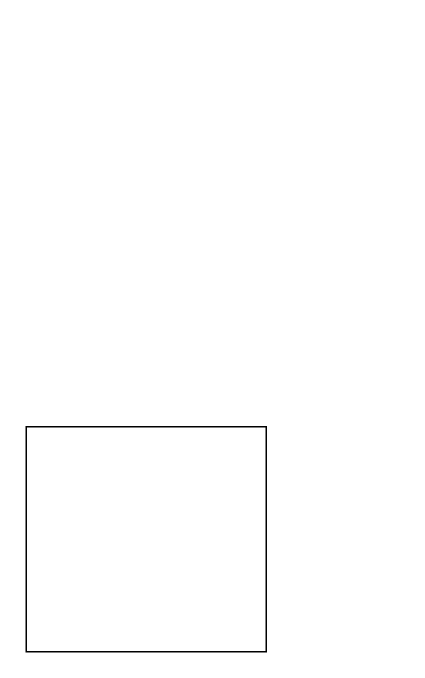
Before: Diagramme sans nom.drawio in dwalero/graphics, a draw.io diagram. Source tidied: cells renumbered, new cells numbered last; positions are measured from the earlier drawing's top-left corner, leaving out a move shared by most shapes. Both pictures are drawn from the tidied source at 150%, with x=0, y=0 at pixel (26, 426).
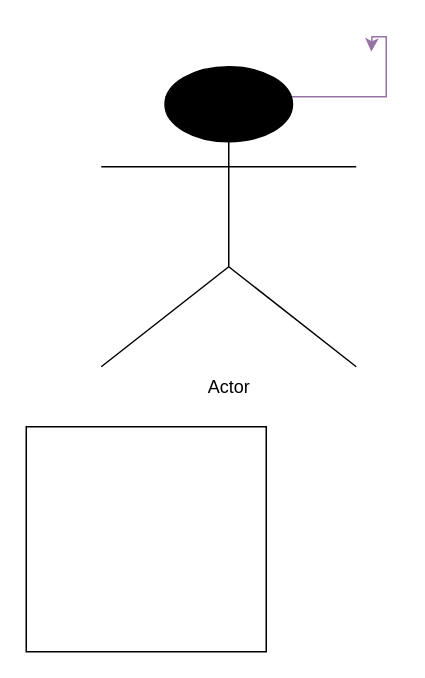
The same diagram, later.

Commit message:
Mettre à jour Diagramme sans nom.drawio

Change to the diagram source:
```diff
@@
 <mxGraphModel>
   <root>
     <mxCell id="0" />
     <mxCell id="1" parent="0" />
     <mxCell id="2" style="rounded=0;whiteSpace=wrap;html=1;" parent="1" vertex="1">
       <mxGeometry width="160" height="150" as="geometry" />
     </mxCell>
+    <mxCell id="3" style="edgeStyle=orthogonalEdgeStyle;rounded=0;jettySize=auto;html=1;exitX=0.25;exitY=0.1;exitDx=0;exitDy=0;exitPerimeter=0;fillColor=#e1d5e7;strokeColor=#9673a6;" parent="1" edge="1" source="4">
+      <mxGeometry relative="1" as="geometry">
+        <mxPoint x="230" y="-250" as="targetPoint" />
+      </mxGeometry>
+    </mxCell>
+    <mxCell id="4" value="Actor" style="shape=umlActor;verticalLabelPosition=bottom;verticalAlign=top;html=1;outlineConnect=0;fillColor=#000000;" parent="1" vertex="1">
+      <mxGeometry x="50" y="-240" width="170" height="200" as="geometry" />
+    </mxCell>
   </root>
 </mxGraphModel>
```
